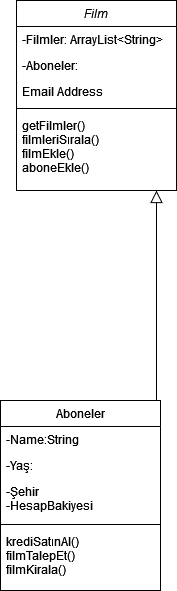
Before: OnlineFilmSistemi.drawio.png, a diagram exported from draw.io (ArdaEnguzel/PatikaOOP1). Source tidied: cells renumbered, new cells last; positions are measured from the earlier drawing's top-left corner, leaving out a move shared by most shapes.
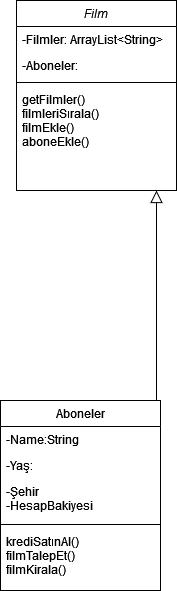
Above is the later version.

The edit, as a diff of the source:
```diff
@@ -11,14 +11,11 @@
     <mxCell id="4" value="-Aboneler:" style="text;align=left;verticalAlign=top;spacingLeft=4;spacingRight=4;overflow=hidden;rounded=0;shadow=0;html=0;" parent="2" vertex="1">
       <mxGeometry y="52" width="160" height="26" as="geometry" />
     </mxCell>
-    <mxCell id="5" value="Email Address" style="text;align=left;verticalAlign=top;spacingLeft=4;spacingRight=4;overflow=hidden;rounded=0;shadow=0;html=0;" parent="2" vertex="1">
-      <mxGeometry y="78" width="160" height="26" as="geometry" />
-    </mxCell>
     <mxCell id="6" style="line;html=1;strokeWidth=1;align=left;verticalAlign=middle;spacingTop=-1;spacingLeft=3;spacingRight=3;labelPosition=right;" parent="2" vertex="1">
-      <mxGeometry y="104" width="160" height="8" as="geometry" />
+      <mxGeometry y="78" width="160" height="8" as="geometry" />
     </mxCell>
     <mxCell id="7" value="getFilmler()&#10;filmleriSırala()&#10;filmEkle()&#10;aboneEkle()&#10;&#10;&#10;" style="text;align=left;verticalAlign=top;spacingLeft=4;spacingRight=4;overflow=hidden;" parent="2" vertex="1">
-      <mxGeometry y="112" width="160" height="78" as="geometry" />
+      <mxGeometry y="86" width="160" height="78" as="geometry" />
     </mxCell>
     <mxCell id="8" style="endArrow=block;endSize=10;endFill=0;shadow=0;strokeWidth=1;rounded=0;edgeStyle=elbowEdgeStyle;elbow=vertical;" parent="1" edge="1" target="2">
       <mxGeometry relative="1" as="geometry">
```
